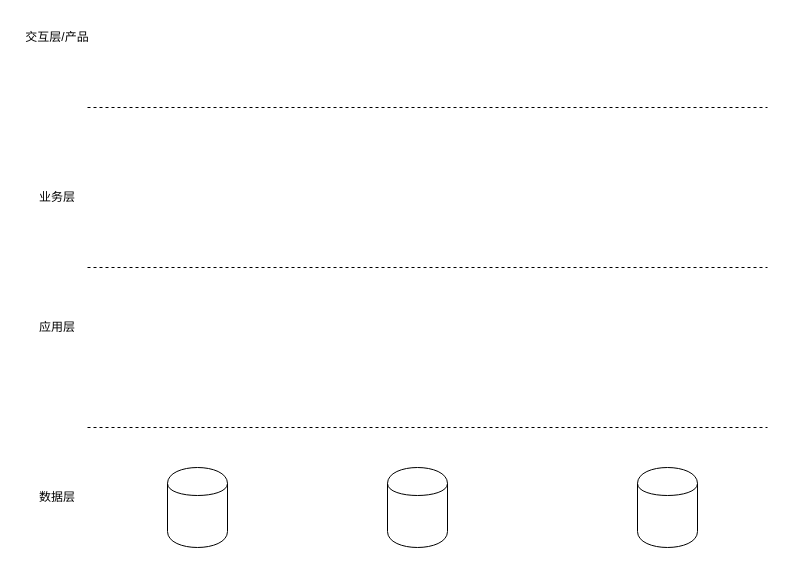
This is 1.drawio from sevenDay2014/dtk, a draw.io file, before an edit. Source tidied: cells renumbered, new cells numbered last; positions are measured from the earlier drawing's top-left corner, leaving out a move shared by most shapes. Both pictures are drawn from the tidied source at 100%, with x=0, y=0 at pixel (17, 27).
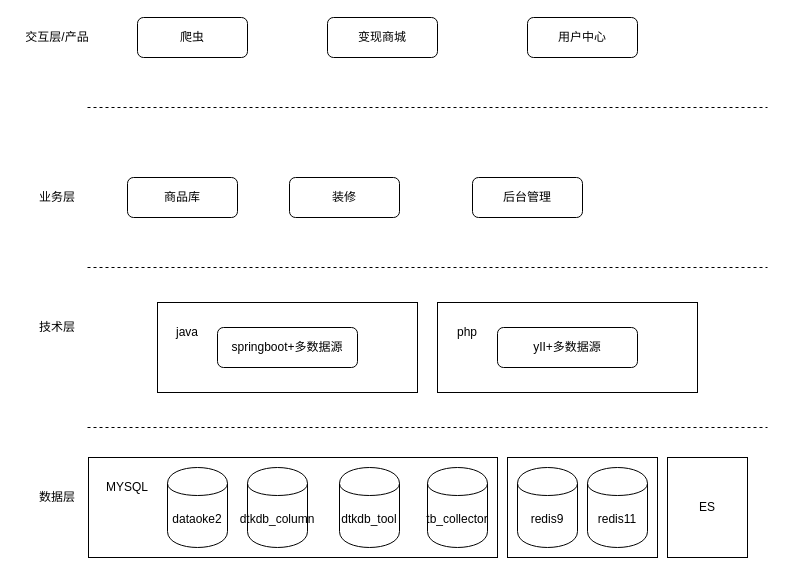
The same diagram, later.

Diff of the diagram source:
```diff
@@
+    <mxCell id="12" style="rounded=0;whiteSpace=wrap;html=1;" parent="1" vertex="1">
+      <mxGeometry x="71" y="430" width="409" height="100" as="geometry" />
+    </mxCell>
@@
-    <mxCell id="5" style="shape=cylinder;whiteSpace=wrap;html=1;boundedLbl=1;backgroundOutline=1;" parent="1" vertex="1">
+    <mxCell id="5" value="dataoke2" style="shape=cylinder;whiteSpace=wrap;html=1;boundedLbl=1;backgroundOutline=1;" parent="1" vertex="1">
       <mxGeometry x="150" y="440" width="60" height="80" as="geometry" />
     </mxCell>
-    <mxCell id="6" style="shape=cylinder;whiteSpace=wrap;html=1;boundedLbl=1;backgroundOutline=1;" parent="1" vertex="1">
-      <mxGeometry x="370" y="440" width="60" height="80" as="geometry" />
+    <mxCell id="6" value="dtkdb_column" style="shape=cylinder;whiteSpace=wrap;html=1;boundedLbl=1;backgroundOutline=1;" parent="1" vertex="1">
+      <mxGeometry x="230" y="440" width="60" height="80" as="geometry" />
     </mxCell>
-    <mxCell id="7" style="shape=cylinder;whiteSpace=wrap;html=1;boundedLbl=1;backgroundOutline=1;" parent="1" vertex="1">
-      <mxGeometry x="620" y="440" width="60" height="80" as="geometry" />
+    <mxCell id="7" value="dtkdb_tool" style="shape=cylinder;whiteSpace=wrap;html=1;boundedLbl=1;backgroundOutline=1;" parent="1" vertex="1">
+      <mxGeometry x="322" y="440" width="60" height="80" as="geometry" />
     </mxCell>
@@
-    <mxCell id="9" value="应用层" style="text;html=1;strokeColor=none;fillColor=none;align=center;verticalAlign=middle;whiteSpace=wrap;rounded=0;" parent="1" vertex="1">
+    <mxCell id="9" value="技术层" style="text;html=1;strokeColor=none;fillColor=none;align=center;verticalAlign=middle;whiteSpace=wrap;rounded=0;" parent="1" vertex="1">
       <mxGeometry x="20" y="290" width="40" height="20" as="geometry" />
     </mxCell>
@@
+    <mxCell id="13" value="爬虫" style="rounded=1;whiteSpace=wrap;html=1;" parent="1" vertex="1">
+      <mxGeometry x="120" y="-10" width="110" height="40" as="geometry" />
+    </mxCell>
+    <mxCell id="14" value="变现商城" style="rounded=1;whiteSpace=wrap;html=1;" parent="1" vertex="1">
+      <mxGeometry x="310" y="-10" width="110" height="40" as="geometry" />
+    </mxCell>
+    <mxCell id="15" value="用户中心" style="rounded=1;whiteSpace=wrap;html=1;" parent="1" vertex="1">
+      <mxGeometry x="510" y="-10" width="110" height="40" as="geometry" />
+    </mxCell>
+    <mxCell id="16" value="tb_collector" style="shape=cylinder;whiteSpace=wrap;html=1;boundedLbl=1;backgroundOutline=1;" parent="1" vertex="1">
+      <mxGeometry x="410" y="440" width="60" height="80" as="geometry" />
+    </mxCell>
+    <mxCell id="17" style="rounded=0;whiteSpace=wrap;html=1;" parent="1" vertex="1">
+      <mxGeometry x="490" y="430" width="150" height="100" as="geometry" />
+    </mxCell>
+    <mxCell id="18" style="rounded=0;whiteSpace=wrap;html=1;" parent="1" vertex="1">
+      <mxGeometry x="140" y="275" width="260" height="90" as="geometry" />
+    </mxCell>
+    <mxCell id="19" value="springboot+多数据源" style="rounded=1;whiteSpace=wrap;html=1;" parent="1" vertex="1">
+      <mxGeometry x="200" y="300" width="140" height="40" as="geometry" />
+    </mxCell>
+    <mxCell id="20" value="java" style="text;html=1;strokeColor=none;fillColor=none;align=center;verticalAlign=middle;whiteSpace=wrap;rounded=0;" parent="1" vertex="1">
+      <mxGeometry x="150" y="295" width="40" height="20" as="geometry" />
+    </mxCell>
+    <mxCell id="21" style="rounded=0;whiteSpace=wrap;html=1;" parent="1" vertex="1">
+      <mxGeometry x="420" y="275" width="260" height="90" as="geometry" />
+    </mxCell>
+    <mxCell id="22" value="php" style="text;html=1;strokeColor=none;fillColor=none;align=center;verticalAlign=middle;whiteSpace=wrap;rounded=0;" parent="1" vertex="1">
+      <mxGeometry x="430" y="295" width="40" height="20" as="geometry" />
+    </mxCell>
+    <mxCell id="23" value="yII+多数据源" style="rounded=1;whiteSpace=wrap;html=1;" parent="1" vertex="1">
+      <mxGeometry x="480" y="300" width="140" height="40" as="geometry" />
+    </mxCell>
+    <mxCell id="24" value="redis9" style="shape=cylinder;whiteSpace=wrap;html=1;boundedLbl=1;backgroundOutline=1;" parent="1" vertex="1">
+      <mxGeometry x="500" y="440" width="60" height="80" as="geometry" />
+    </mxCell>
+    <mxCell id="25" value="redis11" style="shape=cylinder;whiteSpace=wrap;html=1;boundedLbl=1;backgroundOutline=1;" parent="1" vertex="1">
+      <mxGeometry x="570" y="440" width="60" height="80" as="geometry" />
+    </mxCell>
+    <mxCell id="26" value="MYSQL" style="text;html=1;strokeColor=none;fillColor=none;align=center;verticalAlign=middle;whiteSpace=wrap;rounded=0;" parent="1" vertex="1">
+      <mxGeometry x="90" y="450" width="40" height="20" as="geometry" />
+    </mxCell>
+    <mxCell id="27" value="商品库" style="rounded=1;whiteSpace=wrap;html=1;" parent="1" vertex="1">
+      <mxGeometry x="110" y="150" width="110" height="40" as="geometry" />
+    </mxCell>
+    <mxCell id="28" value="装修" style="rounded=1;whiteSpace=wrap;html=1;" parent="1" vertex="1">
+      <mxGeometry x="272" y="150" width="110" height="40" as="geometry" />
+    </mxCell>
+    <mxCell id="29" value="后台管理" style="rounded=1;whiteSpace=wrap;html=1;" parent="1" vertex="1">
+      <mxGeometry x="455" y="150" width="110" height="40" as="geometry" />
+    </mxCell>
+    <mxCell id="30" value="ES" style="rounded=0;whiteSpace=wrap;html=1;" parent="1" vertex="1">
+      <mxGeometry x="650" y="430" width="80" height="100" as="geometry" />
+    </mxCell>
```
